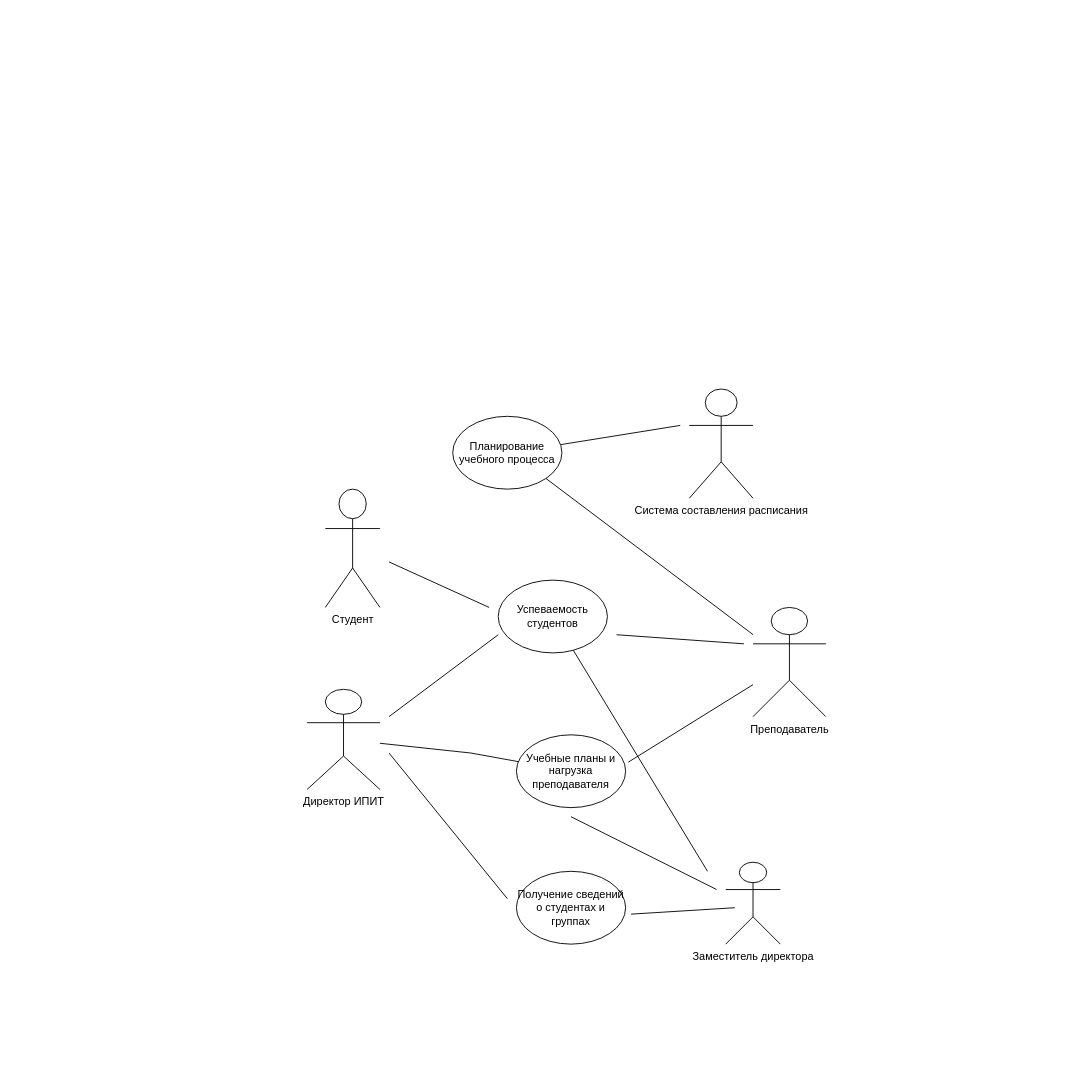
This is Диаграмма без названия.drawio from Elice32/Tspu-Web, a draw.io file, before an edit. Source tidied: cells renumbered, new cells numbered last; positions are measured from the earlier drawing's top-left corner, leaving out a move shared by most shapes. Both pictures are drawn from the tidied source at 91%, with x=0, y=0 at pixel (307, 389).
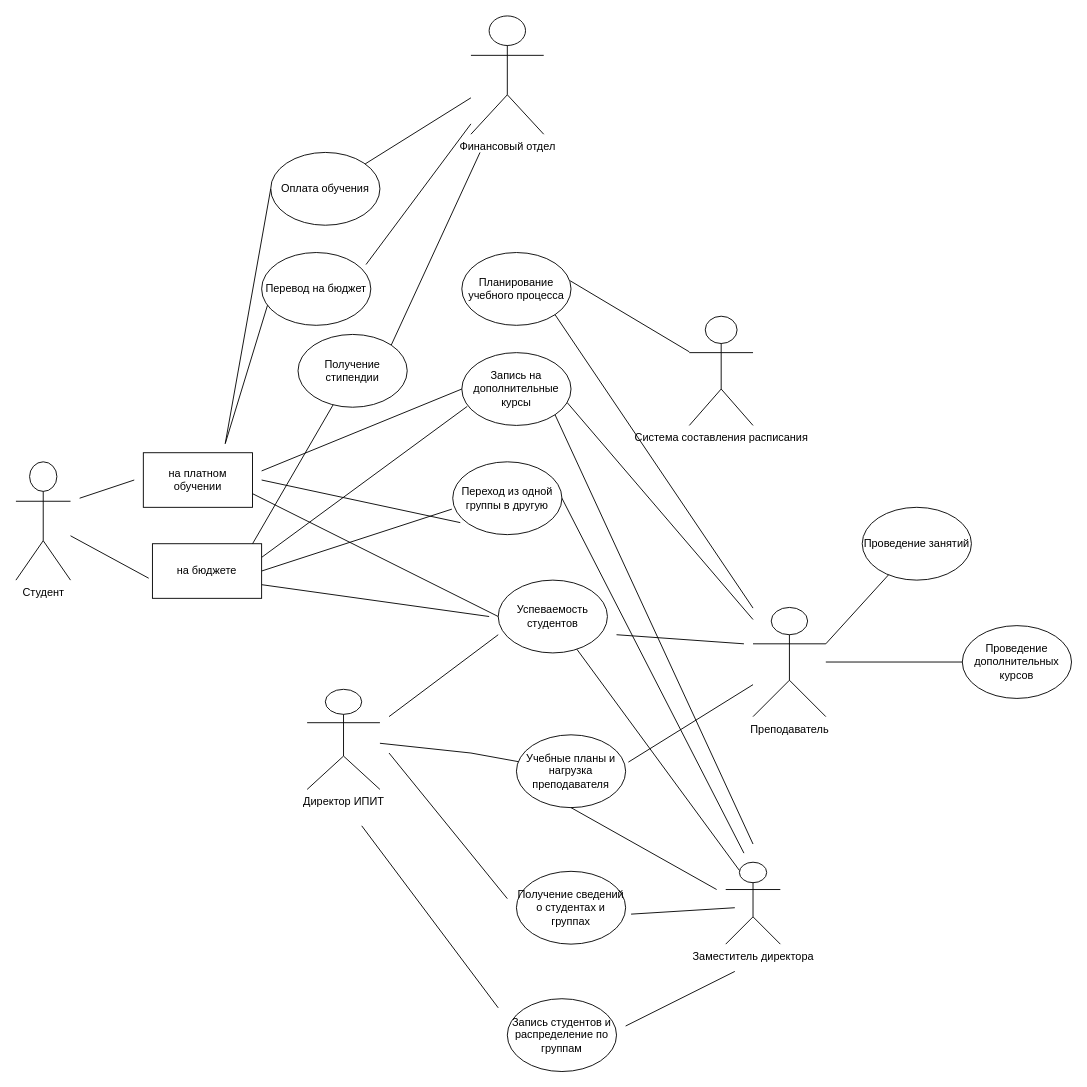
Above is the later version.

The change refers to these unchanged cells:
```xml
<mxCell id="5" value="Преподаватель" style="shape=umlActor;verticalLabelPosition=bottom;verticalAlign=top;html=1;outlineConnect=0;" parent="1" vertex="1">
  <mxGeometry x="490" y="240" width="80" height="120" as="geometry" />
</mxCell>
<mxCell id="7" value="Учебные планы и нагрузка преподавателя" style="ellipse;whiteSpace=wrap;html=1;" parent="1" vertex="1">
  <mxGeometry x="230" y="380" width="120" height="80" as="geometry" />
</mxCell>
<mxCell id="8" value="Успеваемость студентов" style="ellipse;whiteSpace=wrap;html=1;" parent="1" vertex="1">
  <mxGeometry x="210" y="210" width="120" height="80" as="geometry" />
</mxCell>
<mxCell id="17" value="Заместитель директора" style="shape=umlActor;verticalLabelPosition=bottom;verticalAlign=top;html=1;outlineConnect=0;" parent="1" vertex="1">
  <mxGeometry x="460" y="520" width="60" height="90" as="geometry" />
</mxCell>
```

Diff of the diagram source:
```diff
@@
     <mxCell id="2" value="Студент" style="shape=umlActor;verticalLabelPosition=bottom;verticalAlign=top;html=1;outlineConnect=0;" parent="1" vertex="1">
-      <mxGeometry x="20" y="110" width="60" height="130" as="geometry" />
+      <mxGeometry x="-320" y="80" width="60" height="130" as="geometry" />
     </mxCell>
     <mxCell id="3" value="Планирование учебного процесса" style="ellipse;whiteSpace=wrap;html=1;" parent="1" vertex="1">
-      <mxGeometry x="160" y="30" width="120" height="80" as="geometry" />
+      <mxGeometry x="170" y="-150" width="120" height="80" as="geometry" />
     </mxCell>
     <mxCell id="4" value="Система составления расписания" style="shape=umlActor;verticalLabelPosition=bottom;verticalAlign=top;html=1;outlineConnect=0;" parent="1" vertex="1">
-      <mxGeometry x="420" width="70" height="120" as="geometry" />
+      <mxGeometry x="420" y="-80" width="70" height="120" as="geometry" />
     </mxCell>
@@
-    <mxCell id="14" style="endArrow=none;html=1;rounded=0;" parent="1" edge="1">
+    <mxCell id="14" style="endArrow=none;html=1;rounded=0;exitX=1;exitY=0.75;exitDx=0;exitDy=0;" parent="1" edge="1" source="32">
       <mxGeometry relative="1" as="geometry">
-        <mxPoint x="90" y="190" as="sourcePoint" />
-        <mxPoint x="200" y="240" as="targetPoint" />
+        <mxPoint x="200" y="250" as="targetPoint" />
       </mxGeometry>
     </mxCell>
-    <mxCell id="15" style="endArrow=none;html=1;rounded=0;exitX=0.992;exitY=0.388;exitDx=0;exitDy=0;exitPerimeter=0;" parent="1" edge="1" source="3">
-      <mxGeometry relative="1" as="geometry">
-        <mxPoint x="410" y="40" as="targetPoint" />
-      </mxGeometry>
+    <mxCell id="15" style="endArrow=none;html=1;rounded=0;exitX=0.992;exitY=0.388;exitDx=0;exitDy=0;exitPerimeter=0;" parent="1" edge="1" source="3" target="4">
+      <mxGeometry relative="1" as="geometry" />
     </mxCell>
@@
-    <mxCell id="18" style="endArrow=none;html=1;rounded=0;" parent="1" edge="1">
+    <mxCell id="18" style="endArrow=none;html=1;rounded=0;entryX=0.5;entryY=1;entryDx=0;entryDy=0;" parent="1" edge="1" target="7">
       <mxGeometry relative="1" as="geometry">
         <mxPoint x="450" y="550" as="sourcePoint" />
-        <mxPoint x="290" y="470" as="targetPoint" />
       </mxGeometry>
     </mxCell>
-    <mxCell id="19" style="endArrow=none;html=1;rounded=0;" parent="1" edge="1" target="8">
-      <mxGeometry relative="1" as="geometry">
-        <mxPoint x="440" y="530" as="sourcePoint" />
-      </mxGeometry>
+    <mxCell id="19" style="endArrow=none;html=1;rounded=0;exitX=0.25;exitY=0.1;exitDx=0;exitDy=0;exitPerimeter=0;" parent="1" edge="1" source="17" target="8">
+      <mxGeometry relative="1" as="geometry" />
     </mxCell>
@@
+    <mxCell id="22" value="Переход из одной группы в другую" style="ellipse;whiteSpace=wrap;html=1;" parent="1" vertex="1">
+      <mxGeometry x="160" y="80" width="120" height="80" as="geometry" />
+    </mxCell>
+    <mxCell id="23" style="endArrow=none;html=1;rounded=0;entryX=-0.008;entryY=0.65;entryDx=0;entryDy=0;entryPerimeter=0;exitX=1;exitY=0.5;exitDx=0;exitDy=0;" parent="1" edge="1" source="32" target="22">
+      <mxGeometry relative="1" as="geometry" />
+    </mxCell>
+    <mxCell id="24" style="endArrow=none;html=1;rounded=0;entryX=1;entryY=0.5;entryDx=0;entryDy=0;" parent="1" edge="1" target="22">
+      <mxGeometry relative="1" as="geometry">
+        <mxPoint x="480" y="510" as="sourcePoint" />
+      </mxGeometry>
+    </mxCell>
+    <mxCell id="25" value="Запись на дополнительные курсы" style="ellipse;whiteSpace=wrap;html=1;" parent="1" vertex="1">
+      <mxGeometry x="170" y="-40" width="120" height="80" as="geometry" />
+    </mxCell>
+    <mxCell id="26" style="endArrow=none;html=1;rounded=0;entryX=0.05;entryY=0.738;entryDx=0;entryDy=0;entryPerimeter=0;exitX=1;exitY=0.25;exitDx=0;exitDy=0;" parent="1" edge="1" source="32" target="25">
+      <mxGeometry relative="1" as="geometry" />
+    </mxCell>
+    <mxCell id="27" style="endArrow=none;html=1;rounded=0;entryX=1;entryY=1;entryDx=0;entryDy=0;" parent="1" edge="1" target="25">
+      <mxGeometry relative="1" as="geometry">
+        <mxPoint x="490" y="500" as="sourcePoint" />
+      </mxGeometry>
+    </mxCell>
+    <mxCell id="28" value="Запись студентов и распределение по группам" style="ellipse;whiteSpace=wrap;html=1;" parent="1" vertex="1">
+      <mxGeometry x="220" y="670" width="120" height="80" as="geometry" />
+    </mxCell>
+    <mxCell id="29" style="endArrow=none;html=1;rounded=0;" parent="1" edge="1">
+      <mxGeometry relative="1" as="geometry">
+        <mxPoint x="350" y="700" as="sourcePoint" />
+        <mxPoint x="470" y="640" as="targetPoint" />
+      </mxGeometry>
+    </mxCell>
+    <mxCell id="30" style="endArrow=none;html=1;rounded=0;" parent="1" edge="1">
+      <mxGeometry relative="1" as="geometry">
+        <mxPoint x="210" y="680" as="sourcePoint" />
+        <mxPoint x="60" y="480" as="targetPoint" />
+      </mxGeometry>
+    </mxCell>
+    <mxCell id="31" style="endArrow=none;html=1;rounded=0;entryX=0.966;entryY=0.688;entryDx=0;entryDy=0;entryPerimeter=0;" parent="1" edge="1" source="5" target="25">
+      <mxGeometry relative="1" as="geometry" />
+    </mxCell>
+    <mxCell id="32" value="на бюджете" style="rounded=0;whiteSpace=wrap;html=1;" parent="1" vertex="1">
+      <mxGeometry x="-170" y="170" width="120" height="60" as="geometry" />
+    </mxCell>
+    <mxCell id="33" value="на платном обучении" style="rounded=0;whiteSpace=wrap;html=1;" parent="1" vertex="1">
+      <mxGeometry x="-180" y="70" width="120" height="60" as="geometry" />
+    </mxCell>
+    <mxCell id="34" style="endArrow=none;html=1;rounded=0;entryX=-0.034;entryY=0.632;entryDx=0;entryDy=0;entryPerimeter=0;" parent="1" edge="1" source="2" target="32">
+      <mxGeometry relative="1" as="geometry" />
+    </mxCell>
+    <mxCell id="35" style="endArrow=none;html=1;rounded=0;" parent="1" edge="1">
+      <mxGeometry relative="1" as="geometry">
+        <mxPoint x="-250" y="120" as="sourcePoint" />
+        <mxPoint x="-190" y="100" as="targetPoint" />
+      </mxGeometry>
+    </mxCell>
+    <mxCell id="36" style="endArrow=none;html=1;rounded=0;entryX=0;entryY=0.5;entryDx=0;entryDy=0;exitX=1;exitY=0.75;exitDx=0;exitDy=0;" parent="1" edge="1" source="33" target="8">
+      <mxGeometry relative="1" as="geometry" />
+    </mxCell>
+    <mxCell id="37" style="endArrow=none;html=1;rounded=0;entryX=0.069;entryY=0.835;entryDx=0;entryDy=0;entryPerimeter=0;" parent="1" edge="1" target="22">
+      <mxGeometry relative="1" as="geometry">
+        <mxPoint x="-50" y="100" as="sourcePoint" />
+      </mxGeometry>
+    </mxCell>
+    <mxCell id="38" style="endArrow=none;html=1;rounded=0;entryX=0;entryY=0.5;entryDx=0;entryDy=0;" parent="1" edge="1" target="25">
+      <mxGeometry relative="1" as="geometry">
+        <mxPoint x="-50" y="90" as="sourcePoint" />
+      </mxGeometry>
+    </mxCell>
+    <mxCell id="39" value="Перевод на бюджет" style="ellipse;whiteSpace=wrap;html=1;" parent="1" vertex="1">
+      <mxGeometry x="-50" y="-150" width="120" height="80" as="geometry" />
+    </mxCell>
+    <mxCell id="40" value="Оплата обучения" style="ellipse;whiteSpace=wrap;html=1;" parent="1" vertex="1">
+      <mxGeometry x="-40" y="-260" width="120" height="80" as="geometry" />
+    </mxCell>
+    <mxCell id="41" value="Получение стипендии" style="ellipse;whiteSpace=wrap;html=1;" parent="1" vertex="1">
+      <mxGeometry x="-10" y="-60" width="120" height="80" as="geometry" />
+    </mxCell>
+    <mxCell id="42" style="endArrow=none;html=1;rounded=0;exitX=0.917;exitY=0;exitDx=0;exitDy=0;exitPerimeter=0;" parent="1" edge="1" source="32" target="41">
+      <mxGeometry relative="1" as="geometry" />
+    </mxCell>
+    <mxCell id="43" value="Финансовый отдел" style="shape=umlActor;verticalLabelPosition=bottom;verticalAlign=top;html=1;outlineConnect=0;" parent="1" vertex="1">
+      <mxGeometry x="180" y="-410" width="80" height="130" as="geometry" />
+    </mxCell>
+    <mxCell id="44" style="endArrow=none;html=1;rounded=0;entryX=0.054;entryY=0.724;entryDx=0;entryDy=0;entryPerimeter=0;" parent="1" edge="1" target="39">
+      <mxGeometry relative="1" as="geometry">
+        <mxPoint x="-90" y="60" as="sourcePoint" />
+      </mxGeometry>
+    </mxCell>
+    <mxCell id="45" style="endArrow=none;html=1;rounded=0;entryX=0;entryY=0.5;entryDx=0;entryDy=0;" parent="1" edge="1" target="40">
+      <mxGeometry relative="1" as="geometry">
+        <mxPoint x="-90" y="60" as="sourcePoint" />
+      </mxGeometry>
+    </mxCell>
+    <mxCell id="46" style="endArrow=none;html=1;rounded=0;exitX=1;exitY=0;exitDx=0;exitDy=0;" parent="1" edge="1" source="41">
+      <mxGeometry relative="1" as="geometry">
+        <mxPoint x="190" y="-260" as="targetPoint" />
+      </mxGeometry>
+    </mxCell>
+    <mxCell id="47" style="endArrow=none;html=1;rounded=0;exitX=0.956;exitY=0.165;exitDx=0;exitDy=0;exitPerimeter=0;" parent="1" edge="1" source="39" target="43">
+      <mxGeometry relative="1" as="geometry" />
+    </mxCell>
+    <mxCell id="48" style="endArrow=none;html=1;rounded=0;" parent="1" edge="1" source="40" target="43">
+      <mxGeometry relative="1" as="geometry" />
+    </mxCell>
+    <mxCell id="49" value="Проведение занятий" style="ellipse;whiteSpace=wrap;html=1;" parent="1" vertex="1">
+      <mxGeometry x="610" y="130" width="120" height="80" as="geometry" />
+    </mxCell>
+    <mxCell id="50" style="endArrow=none;html=1;rounded=0;exitX=1;exitY=0.3333333333333333;exitDx=0;exitDy=0;exitPerimeter=0;" parent="1" edge="1" source="5" target="49">
+      <mxGeometry relative="1" as="geometry" />
+    </mxCell>
+    <mxCell id="51" style="endArrow=none;html=1;rounded=0;" parent="1" edge="1" source="5" target="52">
+      <mxGeometry relative="1" as="geometry" />
+    </mxCell>
+    <mxCell id="52" value="Проведение дополнительных курсов" style="ellipse;whiteSpace=wrap;html=1;" parent="1" vertex="1">
+      <mxGeometry x="720" y="260" width="120" height="80" as="geometry" />
+    </mxCell>
```
